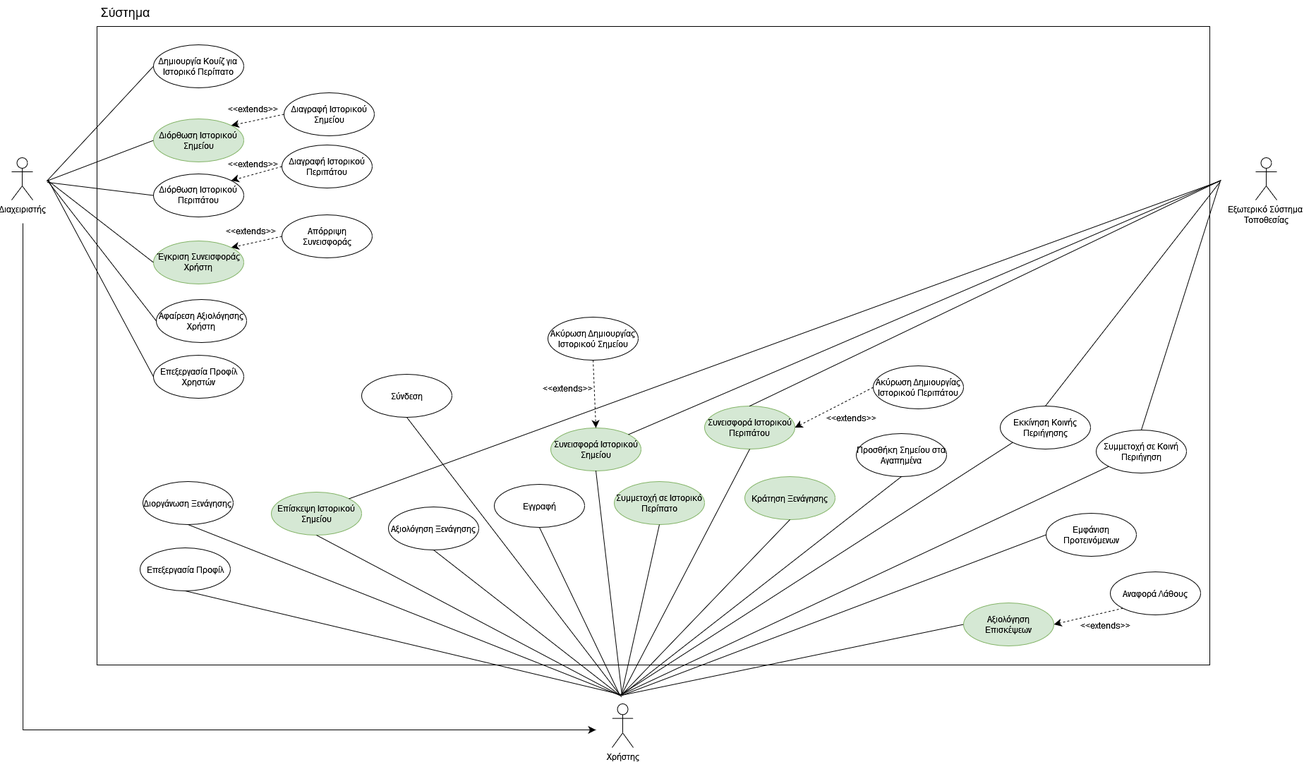
This is NOTES/Use Case Diagram.png from Nektar24/software-engineering, a draw.io export, as it was before one commit. Source tidied: cells renumbered, new cells last; positions are measured from the earlier drawing's top-left corner, leaving out a move shared by most shapes.
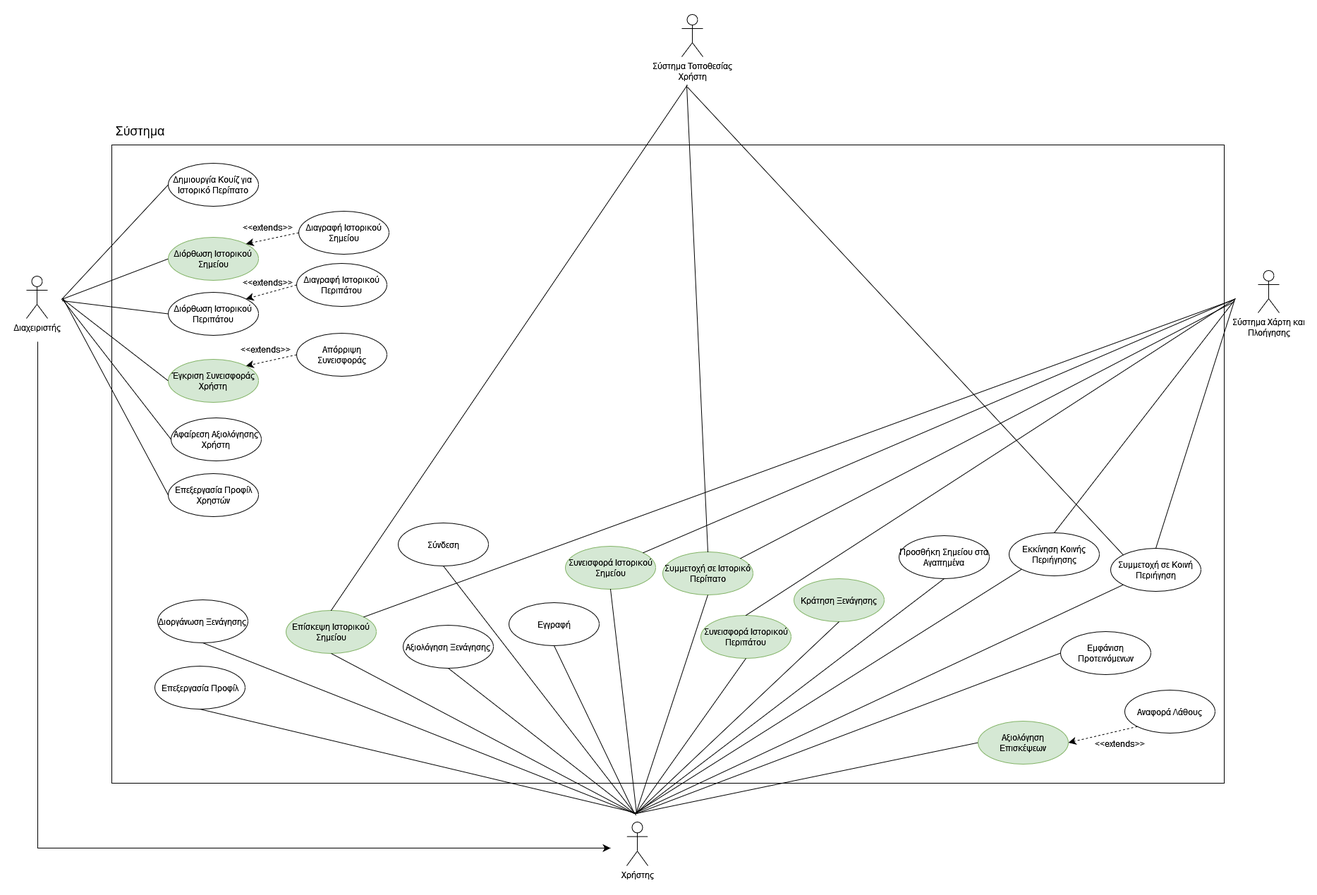
The same diagram one commit later.

Commit message:
use case diagram update

The edit, as a diff of the source:
```diff
@@ -14,8 +14,8 @@
     <mxCell id="5" value="Χρήστης" style="shape=umlActor;verticalLabelPosition=bottom;verticalAlign=top;html=1;" parent="1" vertex="1">
       <mxGeometry x="851" y="997" width="30" height="62" as="geometry" />
     </mxCell>
-    <mxCell id="6" value="&lt;div&gt;Εξωτερικό Σύστημα&amp;nbsp;&lt;/div&gt;&lt;div&gt;Τοποθεσίας&lt;/div&gt;" style="shape=umlActor;verticalLabelPosition=bottom;verticalAlign=top;html=1;" parent="1" vertex="1">
-      <mxGeometry x="1763" y="223" width="30" height="60" as="geometry" />
+    <mxCell id="6" value="Σύστημα Χάρτη και &lt;br&gt;Πλοήγησης" style="shape=umlActor;verticalLabelPosition=bottom;verticalAlign=top;html=1;" parent="1" vertex="1">
+      <mxGeometry x="1746" y="215" width="30" height="60" as="geometry" />
     </mxCell>
     <mxCell id="7" value="Διόρθωση Ιστορικού Σημείου" style="ellipse;whiteSpace=wrap;html=1;fillColor=#d5e8d4;strokeColor=#82b366;" parent="1" vertex="1">
       <mxGeometry x="201" y="168" width="128" height="61" as="geometry" />
@@ -87,7 +87,7 @@
       <mxGeometry x="368" y="697" width="128" height="61" as="geometry" />
     </mxCell>
     <mxCell id="26" value="Σύνδεση" style="ellipse;whiteSpace=wrap;html=1;" parent="1" vertex="1">
-      <mxGeometry x="496" y="530" width="128" height="61" as="geometry" />
+      <mxGeometry x="527" y="573" width="128" height="61" as="geometry" />
     </mxCell>
     <mxCell id="27" value="Αξιολόγηση Ξενάγησης" style="ellipse;whiteSpace=wrap;html=1;" parent="1" vertex="1">
       <mxGeometry x="534" y="718" width="128" height="61" as="geometry" />
@@ -96,31 +96,19 @@
       <mxGeometry x="764" y="606" width="128" height="61" as="geometry" />
     </mxCell>
     <mxCell id="29" value="Συμμετοχή σε Ιστορικό Περίπατο" style="ellipse;whiteSpace=wrap;html=1;fillColor=#d5e8d4;strokeColor=#82b366;" parent="1" vertex="1">
-      <mxGeometry x="854" y="682" width="128" height="61" as="geometry" />
+      <mxGeometry x="902" y="614" width="128" height="61" as="geometry" />
     </mxCell>
     <mxCell id="30" value="Συνεισφορά Ιστορικού Περιπάτου" style="ellipse;whiteSpace=wrap;html=1;fillColor=#d5e8d4;strokeColor=#82b366;" parent="1" vertex="1">
-      <mxGeometry x="982" y="575" width="128" height="61" as="geometry" />
+      <mxGeometry x="956" y="704" width="128" height="61" as="geometry" />
     </mxCell>
     <mxCell id="31" value="Κράτηση Ξενάγησης" style="ellipse;whiteSpace=wrap;html=1;fillColor=#d5e8d4;strokeColor=#82b366;" parent="1" vertex="1">
-      <mxGeometry x="1039" y="675" width="128" height="61" as="geometry" />
+      <mxGeometry x="1088" y="652" width="128" height="61" as="geometry" />
     </mxCell>
-    <mxCell id="32" style="edgeStyle=none;curved=1;rounded=0;jettySize=auto;html=1;exitX=0;exitY=0.5;exitDx=0;exitDy=0;entryX=1;entryY=0.5;entryDx=0;entryDy=0;fontSize=12;startSize=8;endSize=8;dashed=1;" parent="1" edge="1" source="33" target="30">
-      <mxGeometry relative="1" as="geometry" />
-    </mxCell>
-    <mxCell id="33" value="Ακύρωση Δημιουργίας Ιστορικού Περιπάτου" style="ellipse;whiteSpace=wrap;html=1;" parent="1" vertex="1">
-      <mxGeometry x="1221" y="518" width="128" height="61" as="geometry" />
-    </mxCell>
-    <mxCell id="34" style="edgeStyle=none;curved=1;rounded=0;jettySize=auto;html=1;exitX=0.5;exitY=1;exitDx=0;exitDy=0;entryX=0.5;entryY=0;entryDx=0;entryDy=0;fontSize=12;startSize=8;endSize=8;dashed=1;" parent="1" edge="1" source="35" target="28">
-      <mxGeometry relative="1" as="geometry" />
-    </mxCell>
-    <mxCell id="35" value="Ακύρωση Δημιουργίας Ιστορικού Σημείου" style="ellipse;whiteSpace=wrap;html=1;" parent="1" vertex="1">
-      <mxGeometry x="760" y="449" width="128" height="61" as="geometry" />
-    </mxCell>
     <mxCell id="36" value="Προσθήκη Σημείου στα Αγαπημένα" style="ellipse;whiteSpace=wrap;html=1;" parent="1" vertex="1">
-      <mxGeometry x="1197" y="614" width="128" height="61" as="geometry" />
+      <mxGeometry x="1237" y="591" width="128" height="61" as="geometry" />
     </mxCell>
     <mxCell id="37" value="Εκκίνηση Κοινής Περιήγησης" style="ellipse;whiteSpace=wrap;html=1;" parent="1" vertex="1">
-      <mxGeometry x="1401" y="575" width="128" height="61" as="geometry" />
+      <mxGeometry x="1393" y="587" width="128" height="61" as="geometry" />
     </mxCell>
     <mxCell id="38" value="Συμμετοχή σε Κοινή Περιήγηση" style="ellipse;whiteSpace=wrap;html=1;" parent="1" vertex="1">
       <mxGeometry x="1537" y="609" width="128" height="61" as="geometry" />
@@ -213,12 +201,6 @@
         <mxPoint x="1712" y="258" as="sourcePoint" />
       </mxGeometry>
     </mxCell>
-    <mxCell id="57" value="&lt;font style=&quot;font-size: 12px;&quot;&gt;&amp;lt;&amp;lt;&lt;font style=&quot;font-size: 12px;&quot;&gt;extends&amp;gt;&amp;gt;&lt;/font&gt;&lt;/font&gt;" style="text;html=1;align=center;verticalAlign=middle;strokeColor=none;fillColor=none;fontSize=16;" parent="1" vertex="1">
-      <mxGeometry x="744" y="533" width="88" height="31" as="geometry" />
-    </mxCell>
-    <mxCell id="58" value="&lt;font style=&quot;font-size: 12px;&quot;&gt;&amp;lt;&amp;lt;&lt;font style=&quot;font-size: 12px;&quot;&gt;extends&amp;gt;&amp;gt;&lt;/font&gt;&lt;/font&gt;" style="text;html=1;align=center;verticalAlign=middle;strokeColor=none;fillColor=none;fontSize=16;" parent="1" vertex="1">
-      <mxGeometry x="1146" y="575" width="88" height="31" as="geometry" />
-    </mxCell>
     <mxCell id="59" value="&lt;font style=&quot;font-size: 18px;&quot;&gt;Σύστημα&lt;/font&gt;" style="text;html=1;align=center;verticalAlign=middle;strokeColor=none;fillColor=none;fontSize=16;" parent="1" vertex="1">
       <mxGeometry x="117" width="88" height="34" as="geometry" />
     </mxCell>
@@ -273,5 +255,28 @@
         <mxPoint x="865" y="985" as="sourcePoint" />
       </mxGeometry>
     </mxCell>
+    <mxCell id="73" value="Σύστημα Τοποθεσίας&lt;br&gt;Χρήστη" style="shape=umlActor;verticalLabelPosition=bottom;verticalAlign=top;html=1;" parent="1" vertex="1">
+      <mxGeometry x="929" y="-148" width="30" height="60" as="geometry" />
+    </mxCell>
+    <mxCell id="74" style="endArrow=none;html=1;rounded=0;fontSize=12;startSize=8;endSize=8;curved=1;exitX=0.5;exitY=0;exitDx=0;exitDy=0;" parent="1" edge="1" source="25">
+      <mxGeometry relative="1" as="geometry">
+        <mxPoint x="937" y="-48" as="targetPoint" />
+      </mxGeometry>
+    </mxCell>
+    <mxCell id="75" style="endArrow=none;html=1;rounded=0;fontSize=12;startSize=8;endSize=8;curved=1;exitX=0.5;exitY=0;exitDx=0;exitDy=0;" parent="1" edge="1" source="29">
+      <mxGeometry relative="1" as="geometry">
+        <mxPoint x="936" y="-48" as="targetPoint" />
+      </mxGeometry>
+    </mxCell>
+    <mxCell id="76" style="endArrow=none;html=1;rounded=0;fontSize=12;startSize=8;endSize=8;curved=1;exitX=1;exitY=0;exitDx=0;exitDy=0;" parent="1" edge="1" source="29">
+      <mxGeometry relative="1" as="geometry">
+        <mxPoint x="1711" y="260" as="targetPoint" />
+      </mxGeometry>
+    </mxCell>
+    <mxCell id="77" style="endArrow=none;html=1;rounded=0;fontSize=12;startSize=8;endSize=8;curved=1;exitX=0;exitY=0;exitDx=0;exitDy=0;" parent="1" edge="1" source="38">
+      <mxGeometry relative="1" as="geometry">
+        <mxPoint x="937" y="-45" as="targetPoint" />
+      </mxGeometry>
+    </mxCell>
   </root>
 </mxGraphModel>
```
